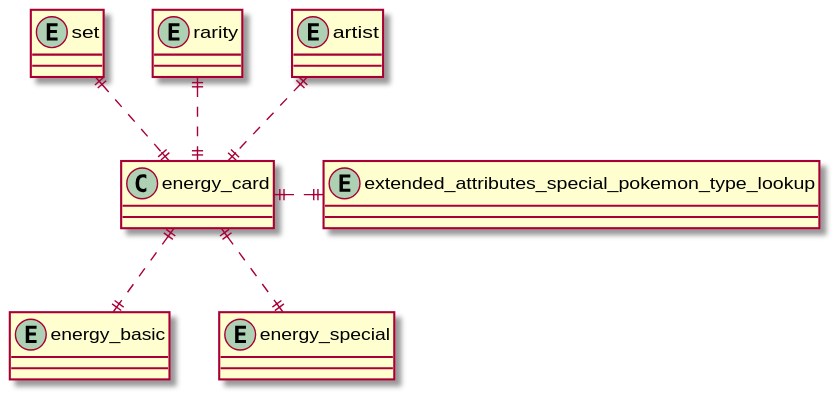
Above: schema/exported_images/energy-card-relationships.svg in pkgreen90/pokemon-tcg-data (PlantUML), before the change.
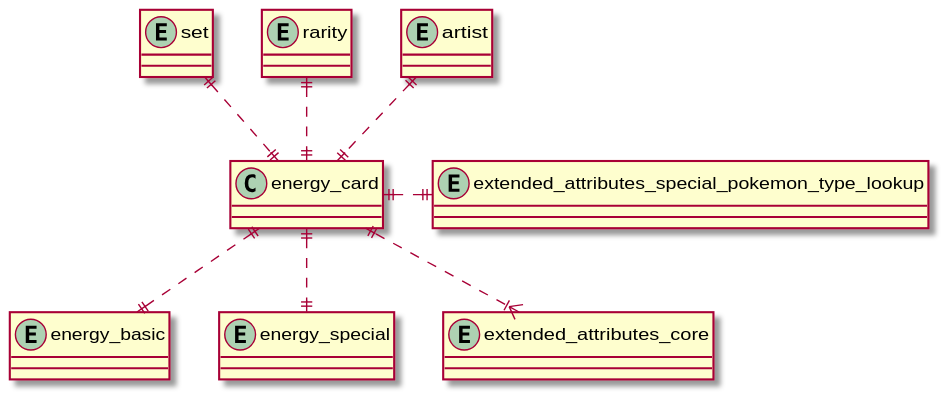
Later version of the same file.

The edit, as a diff of the source:
```diff
@@ -3,6 +3,7 @@
 entity "artist" as artist {}
 entity "energy_basic" as energy_basic {}
 entity "energy_special" as energy_special {}
+entity "extended_attributes_core" as extended_attributes_core {}
 entity "extended_attributes_special_pokemon_type_lookup" as extended_attributes_special_pokemon_type_lookup {}
 entity "rarity" as rarity {}
 entity "set" as set {}
@@ -10,6 +11,7 @@
 energy_card ||..up|| artist
 energy_card ||..|| energy_basic
 energy_card ||..|| energy_special
+energy_card ||..|{ extended_attributes_core
 energy_card ||..right|| extended_attributes_special_pokemon_type_lookup
 energy_card ||..up|| rarity
 energy_card ||..up|| set
```
